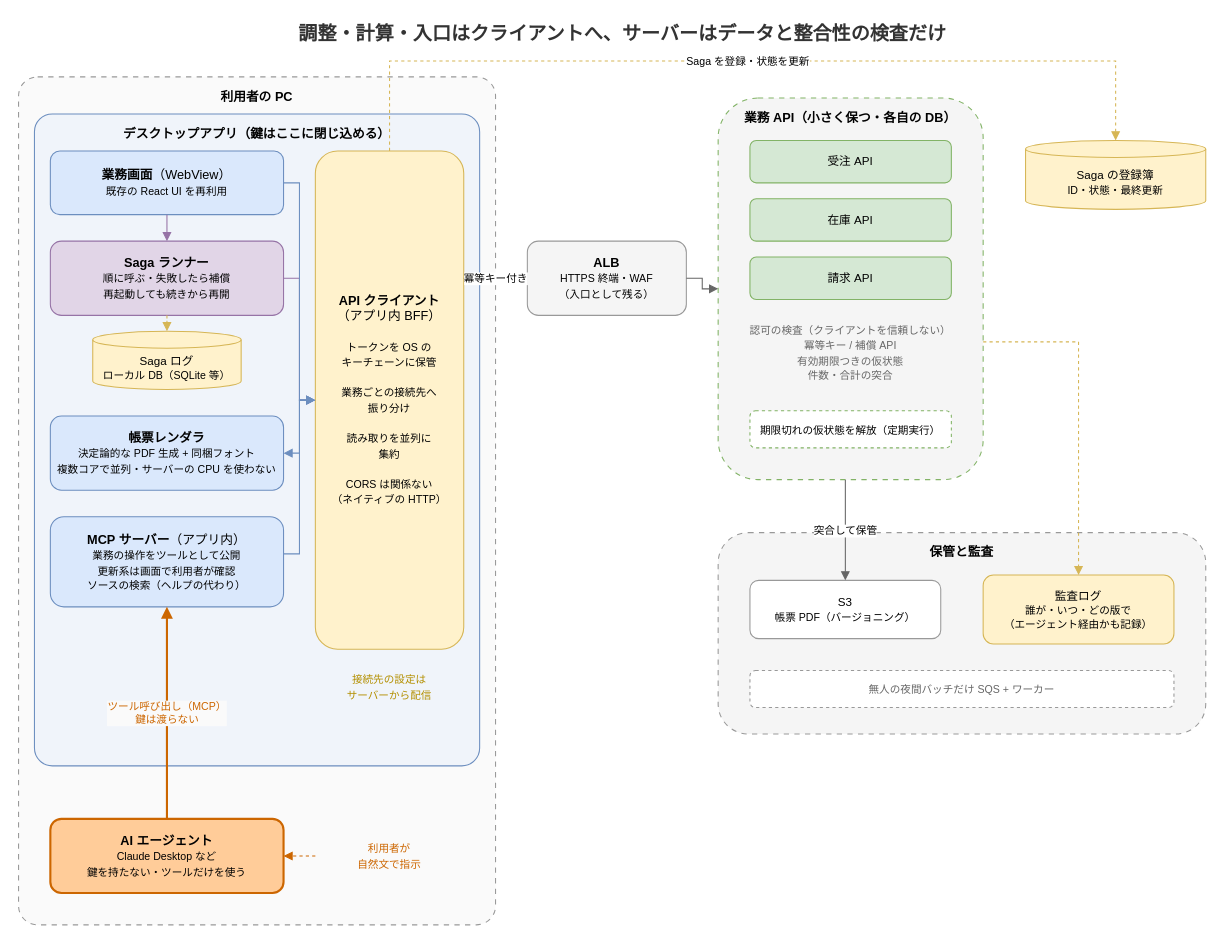
Before: static/images/distributed-spa-architecture.drawio in hdknr/blogs, a draw.io diagram. Source tidied: cells renumbered, new cells numbered last; positions are measured from the earlier drawing's top-left corner, leaving out a move shared by most shapes. Both pictures are drawn from the tidied source at 106%, with x=0, y=0 at pixel (18, 18).
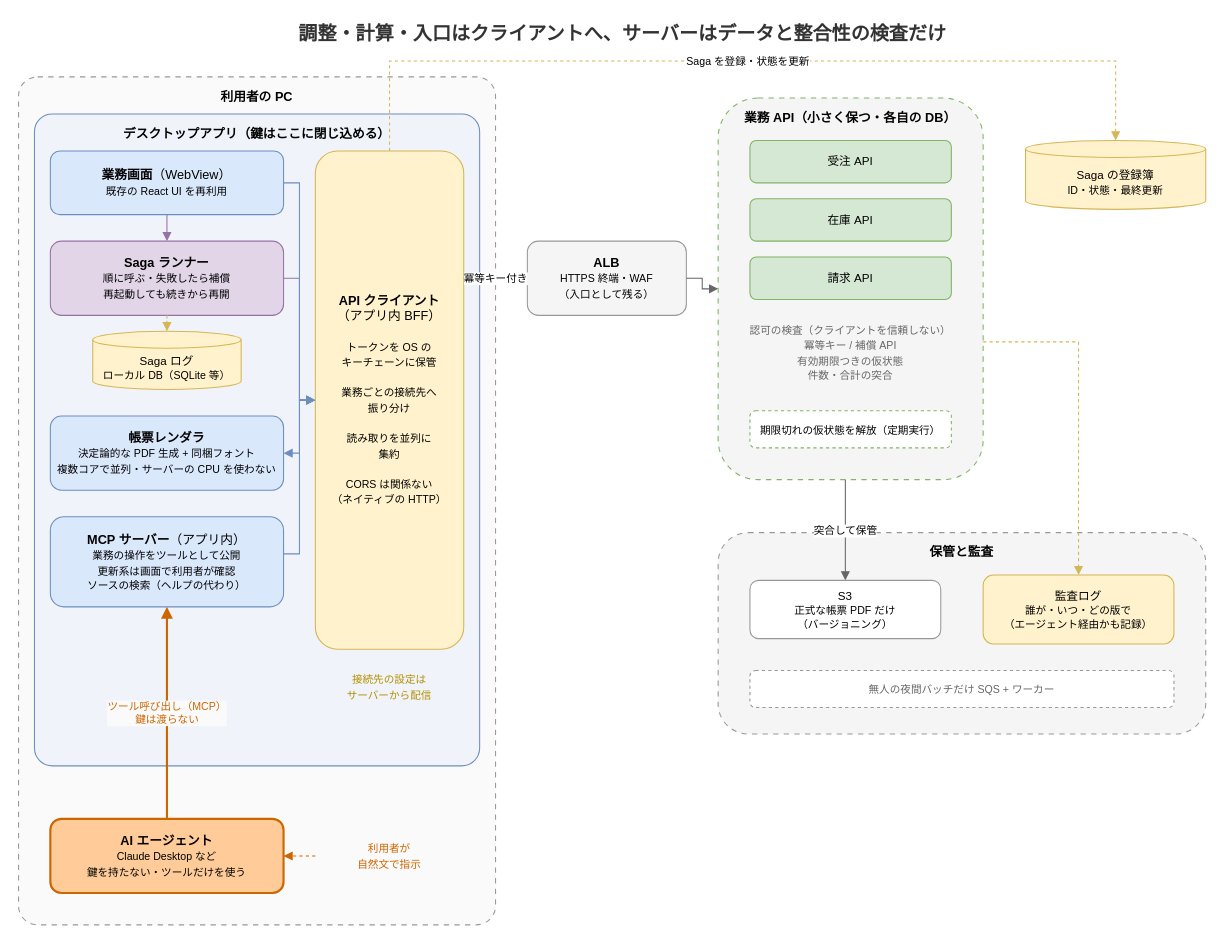
Above is the later version.

The edit, as a diff of the source:
```diff
@@
-    <mxCell id="23" value="S3&lt;br&gt;&lt;font style=&quot;font-size:10px&quot;&gt;帳票 PDF（バージョニング）&lt;/font&gt;" style="rounded=1;whiteSpace=wrap;html=1;fillColor=#ffffff;strokeColor=#999999;fontSize=11;" parent="1" vertex="1">
+    <mxCell id="23" value="S3&lt;br&gt;&lt;font style=&quot;font-size:10px&quot;&gt;正式な帳票 PDF だけ&lt;br&gt;（バージョニング）&lt;/font&gt;" style="rounded=1;whiteSpace=wrap;html=1;fillColor=#ffffff;strokeColor=#999999;fontSize=11;" parent="1" vertex="1">
       <mxGeometry x="690" y="530" width="180" height="55" as="geometry" />
     </mxCell>
```
